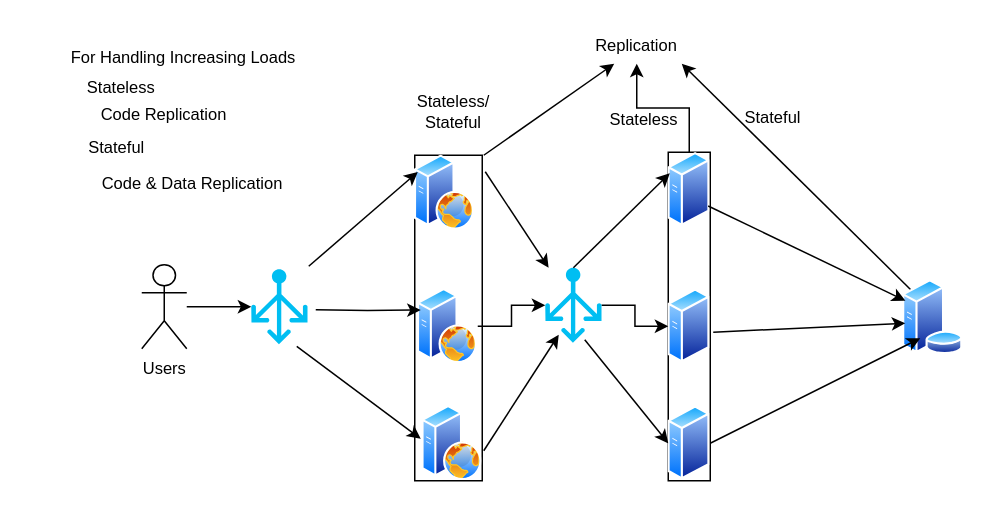
Earlier version of the draw.io diagram Untitled Diagram.drawio (dev-resources-millenium/ReferencesForEnterpriseApps). Source tidied: cells renumbered, new cells numbered last; positions are measured from the earlier drawing's top-left corner, leaving out a move shared by most shapes. Both pictures are drawn from the tidied source at 150%, with x=0, y=0 at pixel (26, 26).
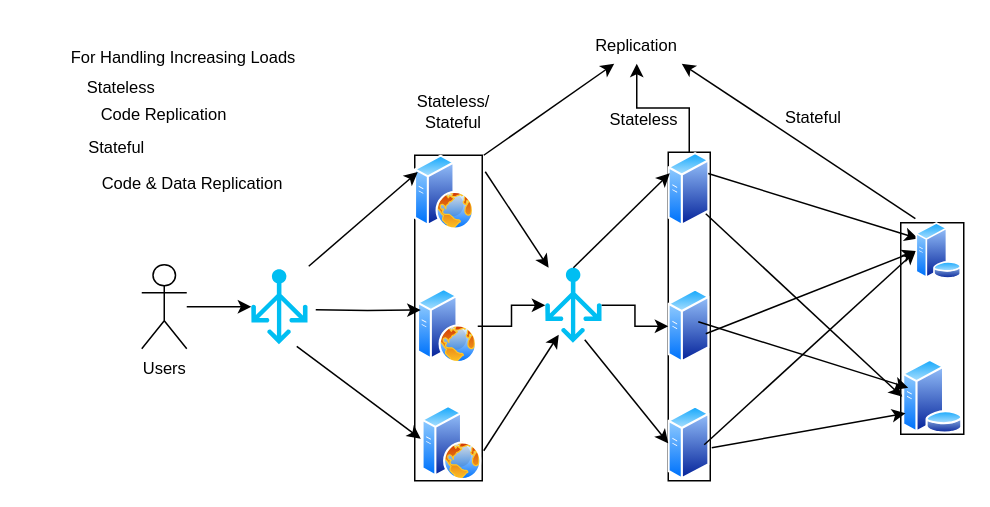
The same diagram, later.

The change refers to these unchanged cells:
```xml
<mxCell id="8" style="image;perimeter=ellipsePerimeter;html=1;align=center;shadow=0;dashed=0;spacingTop=3;image=img/lib/active_directory/generic_server.svg;" parent="6" vertex="1">
  <mxGeometry y="169" width="28" height="50" as="geometry" />
</mxCell>
<mxCell id="9" style="image;perimeter=ellipsePerimeter;html=1;align=center;shadow=0;dashed=0;spacingTop=3;image=img/lib/active_directory/generic_server.svg;" parent="6" vertex="1">
  <mxGeometry width="28" height="50" as="geometry" />
</mxCell>
<mxCell id="10" value="Replication" style="text;html=1;strokeColor=none;fillColor=none;align=center;verticalAlign=middle;whiteSpace=wrap;rounded=0;fontSize=11;fontFamily=Helvetica;fontColor=default;" parent="1" vertex="1">
  <mxGeometry x="377" width="60" height="25" as="geometry" />
</mxCell>
```

Diff of the diagram source:
```diff
@@
-    <mxCell id="13" style="endArrow=classic;html=1;rounded=0;labelBackgroundColor=default;strokeColor=default;align=center;verticalAlign=middle;fontFamily=Helvetica;fontSize=11;fontColor=default;shape=connector;exitX=0;exitY=0;exitDx=0;exitDy=0;entryX=1;entryY=1;entryDx=0;entryDy=0;" parent="1" edge="1" source="35" target="10">
+    <mxCell id="13" style="endArrow=classic;html=1;rounded=0;labelBackgroundColor=default;strokeColor=default;align=center;verticalAlign=middle;fontFamily=Helvetica;fontSize=11;fontColor=default;shape=connector;exitX=-0.008;exitY=-0.073;exitDx=0;exitDy=0;exitPerimeter=0;entryX=1;entryY=1;entryDx=0;entryDy=0;" parent="1" edge="1" source="42" target="10">
       <mxGeometry relative="1" as="geometry" />
     </mxCell>
@@
     <mxCell id="21" value="Stateful" style="text;html=1;strokeColor=none;fillColor=none;align=center;verticalAlign=middle;whiteSpace=wrap;rounded=0;fontSize=11;fontFamily=Helvetica;fontColor=default;" parent="1" vertex="1">
-      <mxGeometry x="468" y="46" width="60" height="30" as="geometry" />
+      <mxGeometry x="495" y="46" width="60" height="30" as="geometry" />
     </mxCell>
@@
+    <mxCell id="39" style="endArrow=classic;html=1;rounded=0;labelBackgroundColor=default;strokeColor=default;align=center;verticalAlign=middle;fontFamily=Helvetica;fontSize=11;fontColor=default;shape=connector;exitX=1;exitY=0.25;exitDx=0;exitDy=0;entryX=0;entryY=0.25;entryDx=0;entryDy=0;" parent="1" edge="1" source="9" target="42">
+      <mxGeometry relative="1" as="geometry" />
+    </mxCell>
+    <mxCell id="40" style="endArrow=classic;html=1;rounded=0;labelBackgroundColor=default;strokeColor=default;align=center;verticalAlign=middle;fontFamily=Helvetica;fontSize=11;fontColor=default;shape=connector;entryX=0;entryY=0.5;entryDx=0;entryDy=0;" parent="1" edge="1" target="42">
+      <mxGeometry relative="1" as="geometry">
+        <mxPoint x="452" y="279" as="sourcePoint" />
+      </mxGeometry>
+    </mxCell>
@@
+    <mxCell id="41" style="group;strokeColor=default;" parent="1" vertex="1">
+      <mxGeometry x="583" y="131" width="42" height="141" as="geometry" />
+    </mxCell>
-    <mxCell id="35" style="image;perimeter=ellipsePerimeter;html=1;align=center;shadow=0;dashed=0;spacingTop=3;image=img/lib/active_directory/database_server.svg;" parent="1" vertex="1">
-      <mxGeometry x="584" y="169" width="41" height="50" as="geometry" />
+    <mxCell id="35" style="image;perimeter=ellipsePerimeter;html=1;align=center;shadow=0;dashed=0;spacingTop=3;image=img/lib/active_directory/database_server.svg;" parent="41" vertex="1">
+      <mxGeometry x="1" y="91" width="41" height="50" as="geometry" />
     </mxCell>
-    <mxCell id="36" style="endArrow=classic;html=1;rounded=0;entryX=0;entryY=0.5;entryDx=0;entryDy=0;" parent="1" edge="1">
-      <mxGeometry relative="1" as="geometry">
-        <mxPoint x="458" y="204" as="sourcePoint" />
-        <mxPoint x="586" y="198" as="targetPoint" />
-      </mxGeometry>
-    </mxCell>
-    <mxCell id="37" style="endArrow=classic;html=1;rounded=0;entryX=0;entryY=0.5;entryDx=0;entryDy=0;exitX=1;exitY=0.5;exitDx=0;exitDy=0;" parent="1" edge="1" source="8">
-      <mxGeometry relative="1" as="geometry">
-        <mxPoint x="596" y="208" as="targetPoint" />
-      </mxGeometry>
-    </mxCell>
-    <mxCell id="38" style="endArrow=classic;html=1;rounded=0;entryX=0;entryY=0.25;entryDx=0;entryDy=0;exitX=1;exitY=0.75;exitDx=0;exitDy=0;" parent="1" edge="1" source="9" target="35">
-      <mxGeometry relative="1" as="geometry" />
-    </mxCell>
+    <mxCell id="42" style="image;perimeter=ellipsePerimeter;html=1;align=center;shadow=0;dashed=0;spacingTop=3;image=img/lib/active_directory/database_server.svg;" parent="41" vertex="1">
+      <mxGeometry x="10" width="31" height="37.8" as="geometry" />
+    </mxCell>
+    <mxCell id="43" style="endArrow=classic;html=1;rounded=0;entryX=0;entryY=0.5;entryDx=0;entryDy=0;" parent="1" edge="1" target="42">
+      <mxGeometry relative="1" as="geometry">
+        <mxPoint x="453" y="205" as="sourcePoint" />
+      </mxGeometry>
+    </mxCell>
+    <mxCell id="44" style="endArrow=classic;html=1;rounded=0;entryX=0;entryY=0.5;entryDx=0;entryDy=0;" parent="1" edge="1" target="35">
+      <mxGeometry relative="1" as="geometry">
+        <mxPoint x="453" y="125" as="sourcePoint" />
+      </mxGeometry>
+    </mxCell>
+    <mxCell id="45" style="endArrow=classic;html=1;rounded=0;labelBackgroundColor=default;strokeColor=default;align=center;verticalAlign=middle;fontFamily=Helvetica;fontSize=11;fontColor=default;shape=connector;exitX=1;exitY=0.25;exitDx=0;exitDy=0;entryX=0;entryY=0.25;entryDx=0;entryDy=0;" parent="1" edge="1">
+      <mxGeometry relative="1" as="geometry">
+        <mxPoint x="448" y="197" as="sourcePoint" />
+        <mxPoint x="588" y="241" as="targetPoint" />
+      </mxGeometry>
+    </mxCell>
+    <mxCell id="46" style="endArrow=classic;html=1;rounded=0;labelBackgroundColor=default;strokeColor=default;align=center;verticalAlign=middle;fontFamily=Helvetica;fontSize=11;fontColor=default;shape=connector;exitX=1;exitY=0.25;exitDx=0;exitDy=0;entryX=0;entryY=0.75;entryDx=0;entryDy=0;" parent="1" edge="1" target="35">
+      <mxGeometry relative="1" as="geometry">
+        <mxPoint x="457" y="281" as="sourcePoint" />
+      </mxGeometry>
+    </mxCell>
```
